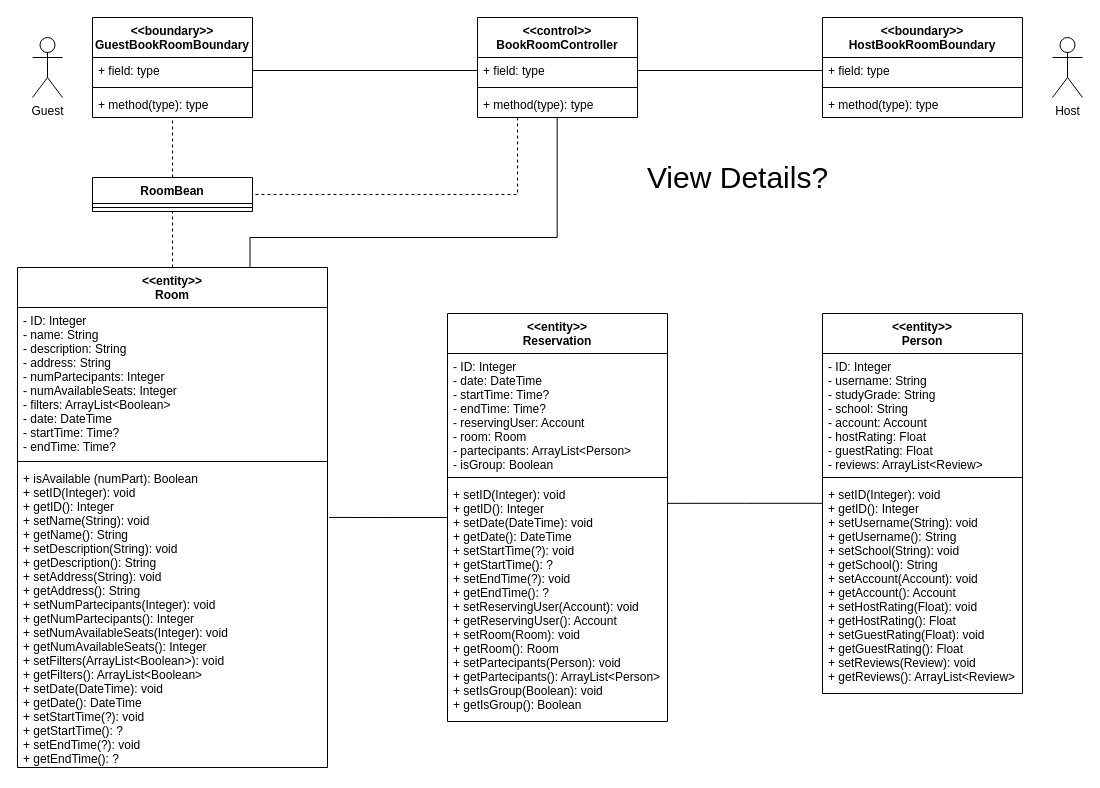
The draw.io diagram Deliverables/VoPC/VoPC BookRoom.drawio in nic-agos/DoveStudi, before the edit. Source tidied: cells renumbered, new cells numbered last; positions are measured from the earlier drawing's top-left corner, leaving out a move shared by most shapes. Both pictures are drawn from the tidied source at 100%, with x=0, y=0 at pixel (17, 17).
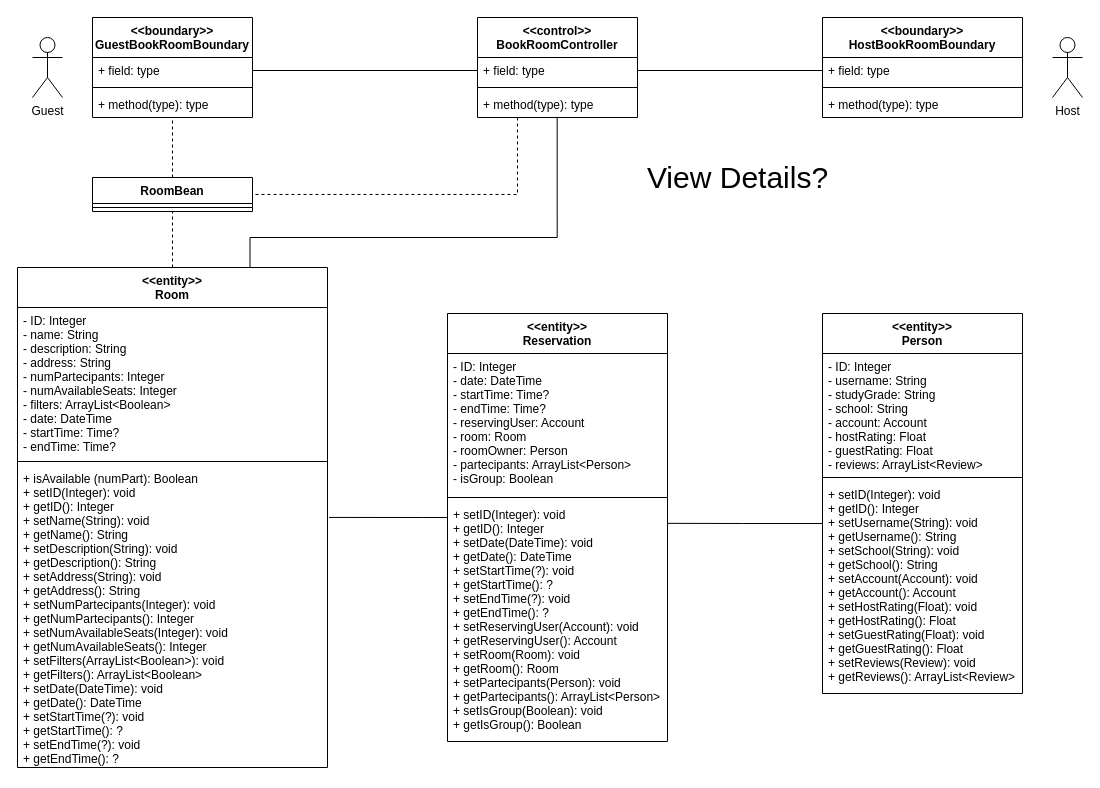
The same page after the edit.

Commit message:
added room owner to reservation

Unchanged cells that the change refers to:
```xml
<mxCell id="27" value="+ isAvailable (numPart): Boolean&#10;+ setID(Integer): void &#10;+ getID(): Integer&#10;+ setName(String): void&#10;+ getName(): String&#10;+ setDescription(String): void&#10;+ getDescription(): String&#10;+ setAddress(String): void&#10;+ getAddress(): String&#10;+ setNumPartecipants(Integer): void&#10;+ getNumPartecipants(): Integer&#10;+ setNumAvailableSeats(Integer): void&#10;+ getNumAvailableSeats(): Integer&#10;+ setFilters(ArrayList&lt;Boolean&gt;): void&#10;+ getFilters(): ArrayList&lt;Boolean&gt;&#10;+ setDate(DateTime): void&#10;+ getDate(): DateTime&#10;+ setStartTime(?): void&#10;+ getStartTime(): ?&#10;+ setEndTime(?): void&#10;+ getEndTime(): ?&#10; &#10;&#10; " style="text;strokeColor=none;fillColor=none;align=left;verticalAlign=top;spacingLeft=4;spacingRight=4;overflow=hidden;points=[[0,0.5],[1,0.5]];portConstraint=eastwest;" parent="24" vertex="1">
  <mxGeometry y="198" width="310" height="302" as="geometry" />
</mxCell>
<mxCell id="35" value="&lt;&lt;entity&gt;&gt;&#10;Person" style="swimlane;fontStyle=1;align=center;verticalAlign=top;horizontal=1;startSize=40;" parent="1" vertex="1">
  <mxGeometry x="805" y="296" width="200" height="380" as="geometry" />
</mxCell>
```

Diff of the diagram source:
```diff
@@
     <mxCell id="29" style="edgeStyle=orthogonalEdgeStyle;rounded=0;jettySize=auto;html=1;endArrow=none;endFill=0;entryX=1.005;entryY=0.172;entryDx=0;entryDy=0;entryPerimeter=0;" parent="1" edge="1" source="30" target="27">
-      <mxGeometry relative="1" as="geometry" />
+      <mxGeometry relative="1" as="geometry">
+        <Array as="points">
+          <mxPoint x="405" y="500" />
+          <mxPoint x="405" y="500" />
+        </Array>
+      </mxGeometry>
     </mxCell>
     <mxCell id="30" value="&lt;&lt;entity&gt;&gt;&#10;Reservation" style="swimlane;fontStyle=1;align=center;verticalAlign=top;horizontal=1;startSize=40;" parent="1" vertex="1">
-      <mxGeometry x="430" y="296" width="220" height="408" as="geometry" />
+      <mxGeometry x="430" y="296" width="220" height="428" as="geometry" />
     </mxCell>
-    <mxCell id="31" value="- ID: Integer&#10;- date: DateTime&#10;- startTime: Time?&#10;- endTime: Time?&#10;- reservingUser: Account&#10;- room: Room&#10;- partecipants: ArrayList&lt;Person&gt;&#10;- isGroup: Boolean" style="text;strokeColor=none;fillColor=none;align=left;verticalAlign=top;spacingLeft=4;spacingRight=4;overflow=hidden;" parent="30" vertex="1">
-      <mxGeometry y="40" width="220" height="120" as="geometry" />
+    <mxCell id="31" value="- ID: Integer&#10;- date: DateTime&#10;- startTime: Time?&#10;- endTime: Time?&#10;- reservingUser: Account&#10;- room: Room&#10;- roomOwner: Person&#10;- partecipants: ArrayList&lt;Person&gt;&#10;- isGroup: Boolean" style="text;strokeColor=none;fillColor=none;align=left;verticalAlign=top;spacingLeft=4;spacingRight=4;overflow=hidden;" parent="30" vertex="1">
+      <mxGeometry y="40" width="220" height="140" as="geometry" />
     </mxCell>
     <mxCell id="32" style="line;strokeWidth=1;fillColor=none;align=left;verticalAlign=middle;spacingTop=-1;spacingLeft=3;spacingRight=3;labelPosition=right;" parent="30" vertex="1">
-      <mxGeometry y="160" width="220" height="8" as="geometry" />
+      <mxGeometry y="180" width="220" height="8" as="geometry" />
     </mxCell>
     <mxCell id="33" value="+ setID(Integer): void &#10;+ getID(): Integer&#10;+ setDate(DateTime): void&#10;+ getDate(): DateTime&#10;+ setStartTime(?): void&#10;+ getStartTime(): ?&#10;+ setEndTime(?): void&#10;+ getEndTime(): ?&#10;+ setReservingUser(Account): void&#10;+ getReservingUser(): Account&#10;+ setRoom(Room): void&#10;+ getRoom(): Room&#10;+ setPartecipants(Person): void&#10;+ getPartecipants(): ArrayList&lt;Person&gt;&#10;+ setIsGroup(Boolean): void&#10;+ getIsGroup(): Boolean" style="text;strokeColor=none;fillColor=none;align=left;verticalAlign=top;spacingLeft=4;spacingRight=4;overflow=hidden;points=[[0,0.5],[1,0.5]];portConstraint=eastwest;" parent="30" vertex="1">
-      <mxGeometry y="168" width="220" height="240" as="geometry" />
+      <mxGeometry y="188" width="220" height="240" as="geometry" />
     </mxCell>
     <mxCell id="34" style="edgeStyle=orthogonalEdgeStyle;rounded=0;jettySize=auto;html=1;entryX=0.998;entryY=0.091;entryDx=0;entryDy=0;entryPerimeter=0;endArrow=none;endFill=0;" parent="1" edge="1" source="35" target="33">
       <mxGeometry relative="1" as="geometry">
         <Array as="points">
-          <mxPoint x="728" y="486" />
+          <mxPoint x="725" y="506" />
+          <mxPoint x="725" y="506" />
         </Array>
       </mxGeometry>
     </mxCell>
```
